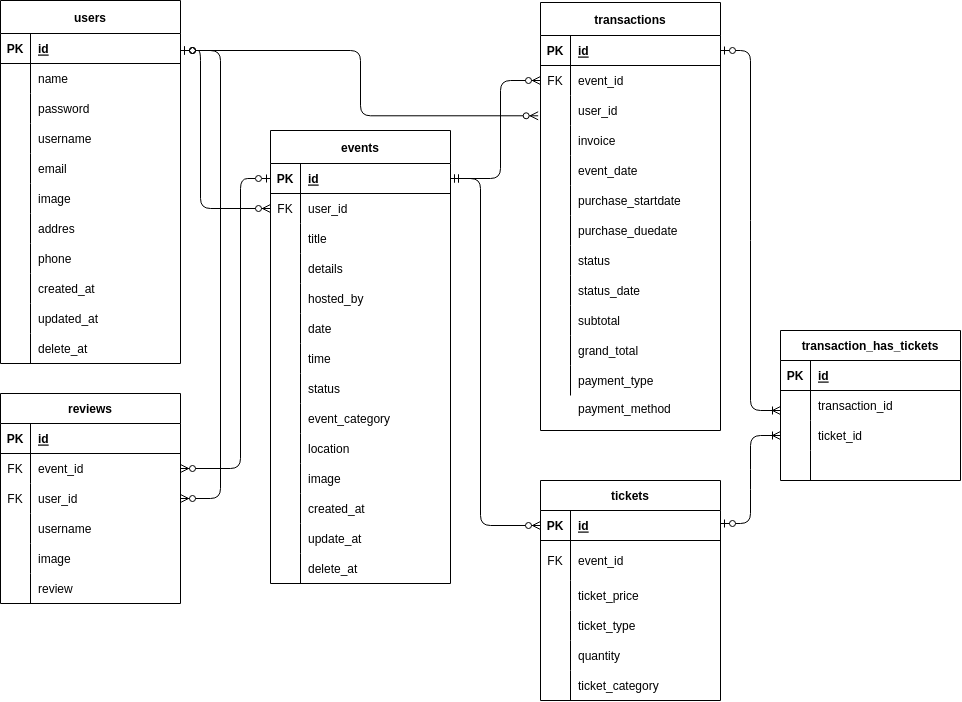
The draw.io diagram docs/ERD Event App.drawio.png in wanta-zulfikri/Event-Planning-App, before a commit. Source tidied: cells renumbered, new cells last; positions are measured from the earlier drawing's top-left corner, leaving out a move shared by most shapes.
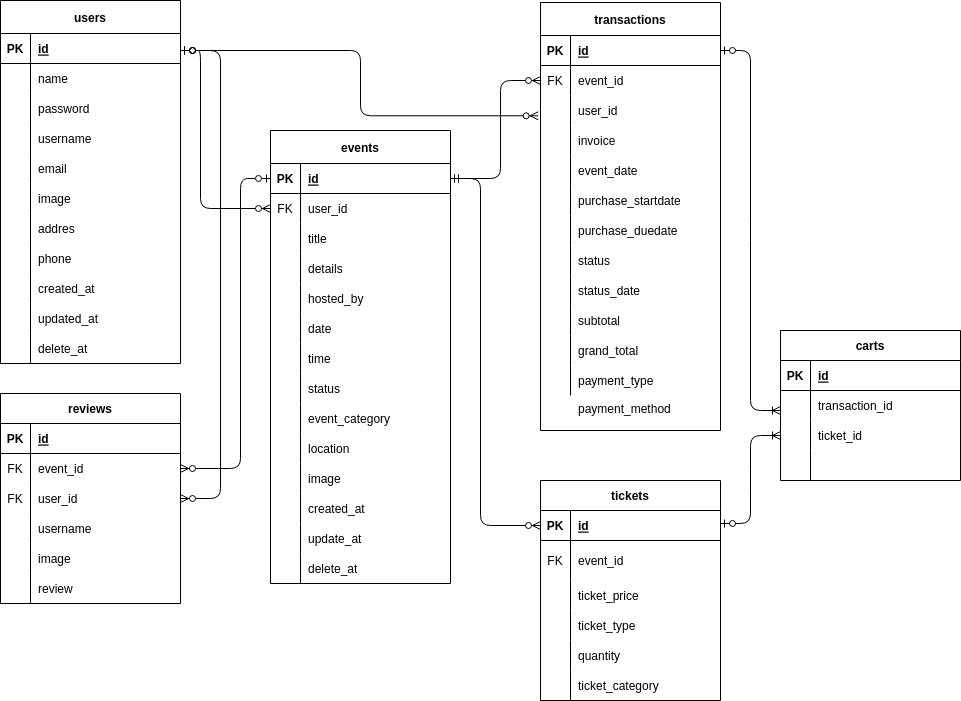
Above is the later version.

Change to the diagram source:
```diff
@@ -475,7 +475,7 @@
         </Array>
       </mxGeometry>
     </mxCell>
-    <mxCell id="156" value="transaction_has_tickets" style="shape=table;startSize=30;rowLines=0;fontStyle=1;align=center;" parent="1" vertex="1">
+    <mxCell id="156" value="carts" style="shape=table;startSize=30;rowLines=0;fontStyle=1;align=center;" parent="1" vertex="1">
       <mxGeometry x="780" y="330" width="180" height="150" as="geometry" />
     </mxCell>
     <mxCell id="157" style="shape=tableRow;horizontal=0;startSize=0;swimlaneHead=0;swimlaneBody=0;fillColor=none;top=0;left=0;right=0;bottom=1;" parent="156" vertex="1">
```
